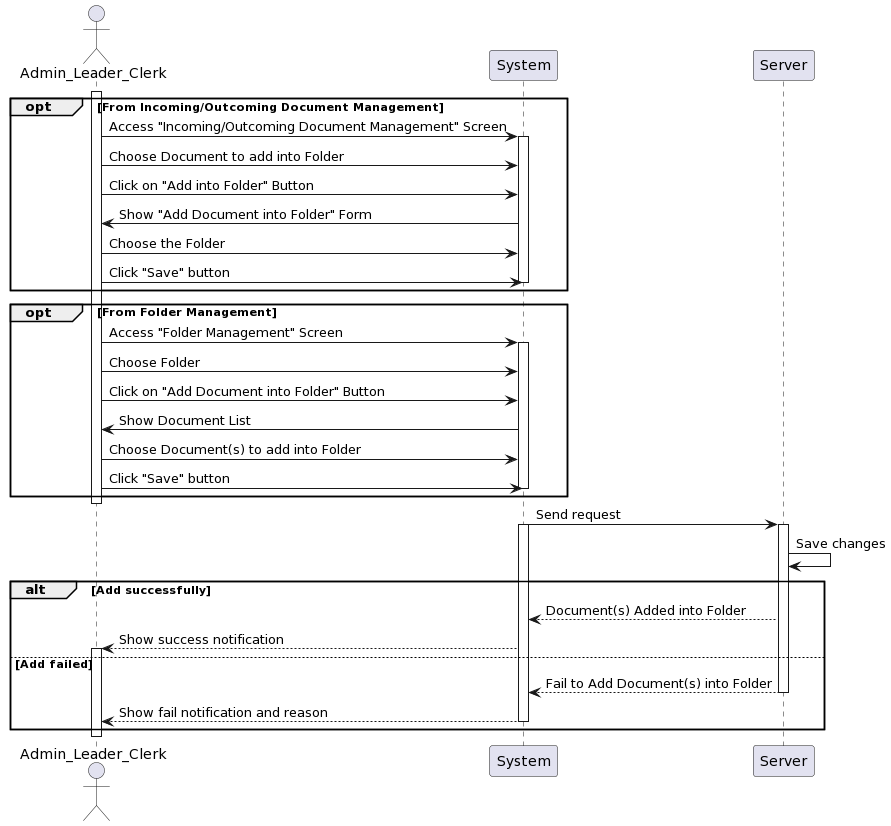
This is Lab1/Lab1.2/SequenceDiagram/Folder/AddDocumentintoFolder/AddDocumentintoFolder_SequenceDiagram.png from khoapham1003/SE357-Pratice-class, a PlantUML export, as it was before one commit.
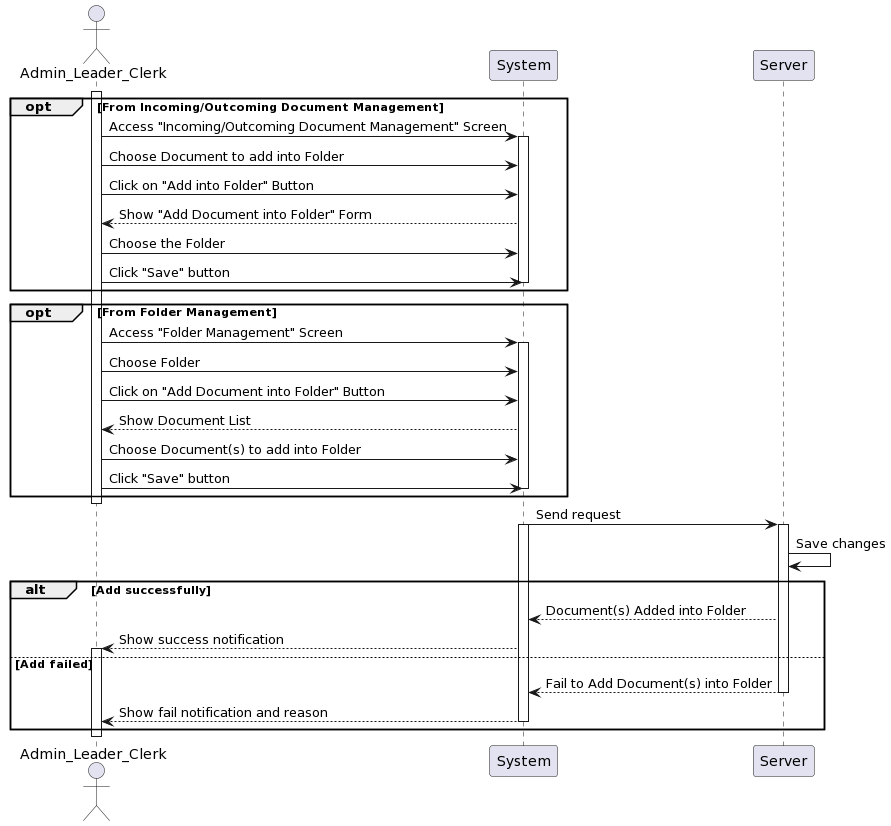
After the commit.

Diff of the diagram source:
```diff
@@ -9,7 +9,7 @@
 activate System
     User -> System: Choose Document to add into Folder
     User -> System: Click on "Add into Folder" Button
-    System -> User: Show "Add Document into Folder" Form
+    System --> User: Show "Add Document into Folder" Form
     User -> System: Choose the Folder
     User -> System: Click "Save" button
 
@@ -21,7 +21,7 @@
 activate System
     User -> System: Choose Folder
     User -> System: Click on "Add Document into Folder" Button
-    System -> User: Show Document List
+    System --> User: Show Document List
     User -> System: Choose Document(s) to add into Folder
     User -> System: Click "Save" button
 deactivate System
```
